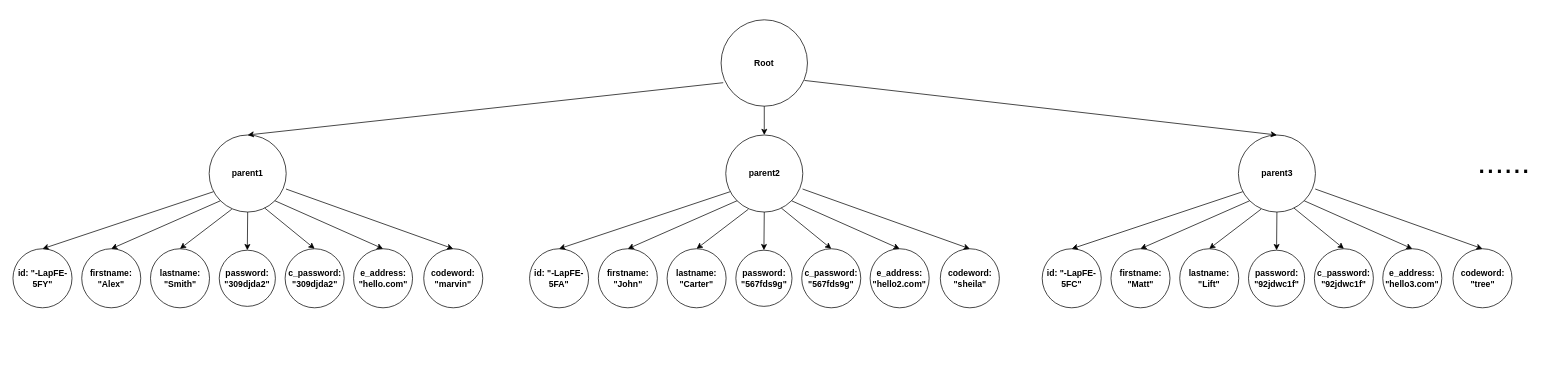
Above: UML-diagram/database design.drawio in ish2nv/Computing-Project (draw.io), before the change. Source tidied: cells renumbered, new cells numbered last; positions are measured from the earlier drawing's top-left corner, leaving out a move shared by most shapes. Both pictures are drawn from the tidied source at 72%, with x=0, y=0 at pixel (12, 19).
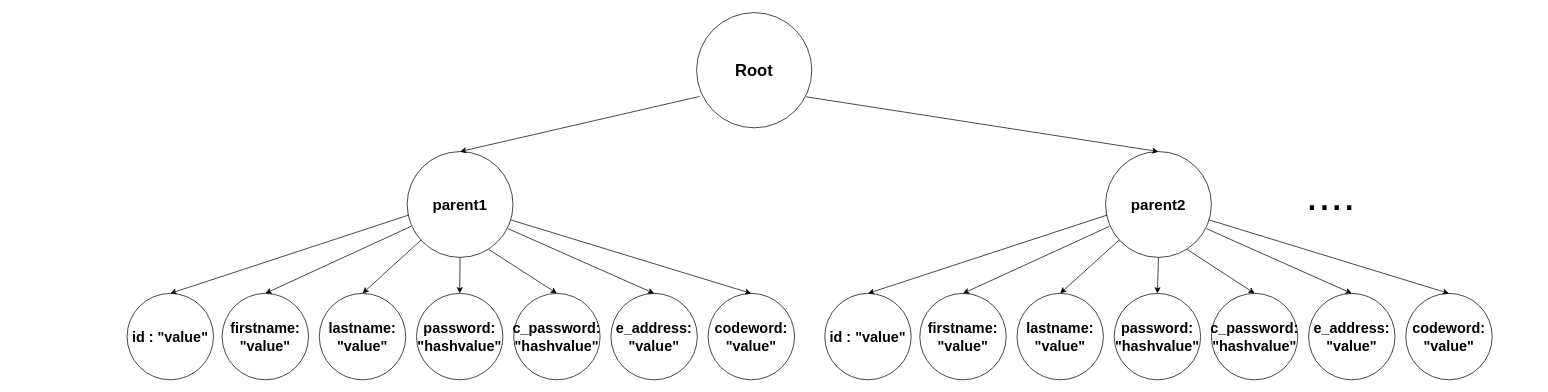
The same diagram, later.

Diff of the diagram source:
```diff
@@
-    <mxCell id="2" value="&lt;b&gt;Root&lt;/b&gt;" style="ellipse;whiteSpace=wrap;html=1;" parent="1" vertex="1">
-      <mxGeometry x="984" width="120" height="120" as="geometry" />
+    <mxCell id="2" value="&lt;b style=&quot;font-size: 23px;&quot;&gt;Root&lt;/b&gt;" style="ellipse;whiteSpace=wrap;html=1;fontSize=23;" parent="1" vertex="1">
+      <mxGeometry x="950" y="-10" width="160" height="160" as="geometry" />
     </mxCell>
-    <mxCell id="3" value="&lt;b&gt;id: &quot;-LapFE-5FY&quot;&lt;/b&gt;" style="ellipse;whiteSpace=wrap;html=1;" parent="1" vertex="1">
-      <mxGeometry x="0.5" y="318" width="82" height="82" as="geometry" />
-    </mxCell>
-    <mxCell id="4" value="&lt;b&gt;parent1&lt;/b&gt;" style="ellipse;whiteSpace=wrap;html=1;" parent="1" vertex="1">
-      <mxGeometry x="273" y="160" width="107" height="107" as="geometry" />
+    <mxCell id="4" value="&lt;b style=&quot;font-size: 21px;&quot;&gt;parent1&lt;/b&gt;" style="ellipse;whiteSpace=wrap;html=1;fontSize=21;" parent="1" vertex="1">
+      <mxGeometry x="548" y="183" width="147" height="147" as="geometry" />
     </mxCell>
@@
-    <mxCell id="6" style="endArrow=classic;html=1;exitX=0.057;exitY=0.736;exitDx=0;exitDy=0;entryX=0.5;entryY=0;entryDx=0;entryDy=0;exitPerimeter=0;" parent="1" edge="1" source="4" target="3">
-      <mxGeometry relative="1" as="geometry" />
-    </mxCell>
-    <mxCell id="7" value="&lt;b&gt;firstname: &quot;Alex&quot;&lt;/b&gt;" style="ellipse;whiteSpace=wrap;html=1;" parent="1" vertex="1">
-      <mxGeometry x="96" y="318" width="82" height="82" as="geometry" />
-    </mxCell>
-    <mxCell id="8" value="&lt;b&gt;lastname: &quot;Smith&quot;&lt;/b&gt;" style="ellipse;whiteSpace=wrap;html=1;" parent="1" vertex="1">
-      <mxGeometry x="191.5" y="318" width="82" height="82" as="geometry" />
-    </mxCell>
-    <mxCell id="9" value="&lt;b&gt;password: &quot;309djda2&quot;&lt;/b&gt;" style="ellipse;whiteSpace=wrap;html=1;" parent="1" vertex="1">
-      <mxGeometry x="287" y="320" width="78" height="78" as="geometry" />
-    </mxCell>
-    <mxCell id="10" value="&lt;b&gt;c_password: &quot;&lt;/b&gt;&lt;b&gt;309djda2&quot;&lt;/b&gt;" style="ellipse;whiteSpace=wrap;html=1;" parent="1" vertex="1">
-      <mxGeometry x="378.5" y="318" width="82" height="82" as="geometry" />
-    </mxCell>
-    <mxCell id="11" value="&lt;b&gt;e_address: &quot;hello.com&lt;/b&gt;&lt;b&gt;&quot;&lt;/b&gt;" style="ellipse;whiteSpace=wrap;html=1;" parent="1" vertex="1">
-      <mxGeometry x="473.5" y="318" width="82" height="82" as="geometry" />
-    </mxCell>
-    <mxCell id="12" value="&lt;b&gt;codeword: &quot;marvin&quot;&lt;/b&gt;&lt;br&gt;" style="ellipse;whiteSpace=wrap;html=1;" parent="1" vertex="1">
-      <mxGeometry x="571" y="318" width="82" height="82" as="geometry" />
-    </mxCell>
-    <mxCell id="13" style="endArrow=classic;html=1;exitX=0;exitY=1;exitDx=0;exitDy=0;entryX=0.5;entryY=0;entryDx=0;entryDy=0;" parent="1" edge="1" source="4" target="7">
-      <mxGeometry relative="1" as="geometry" />
-    </mxCell>
-    <mxCell id="14" style="endArrow=classic;html=1;entryX=0.5;entryY=0;entryDx=0;entryDy=0;exitX=0.294;exitY=0.963;exitDx=0;exitDy=0;exitPerimeter=0;" parent="1" edge="1" source="4" target="8">
-      <mxGeometry relative="1" as="geometry" />
-    </mxCell>
-    <mxCell id="15" style="endArrow=classic;html=1;entryX=0.5;entryY=0;entryDx=0;entryDy=0;exitX=0.5;exitY=1;exitDx=0;exitDy=0;" parent="1" edge="1" source="4" target="9">
-      <mxGeometry relative="1" as="geometry" />
-    </mxCell>
-    <mxCell id="16" style="endArrow=classic;html=1;entryX=0.5;entryY=0;entryDx=0;entryDy=0;exitX=0.721;exitY=0.948;exitDx=0;exitDy=0;exitPerimeter=0;" parent="1" edge="1" source="4" target="10">
-      <mxGeometry relative="1" as="geometry" />
-    </mxCell>
-    <mxCell id="17" style="endArrow=classic;html=1;entryX=0.5;entryY=0;entryDx=0;entryDy=0;exitX=1;exitY=1;exitDx=0;exitDy=0;" parent="1" edge="1" source="4" target="11">
-      <mxGeometry relative="1" as="geometry" />
-    </mxCell>
-    <mxCell id="18" style="endArrow=classic;html=1;entryX=0.5;entryY=0;entryDx=0;entryDy=0;exitX=0.997;exitY=0.701;exitDx=0;exitDy=0;exitPerimeter=0;" parent="1" edge="1" source="4" target="12">
-      <mxGeometry relative="1" as="geometry" />
-    </mxCell>
-    <mxCell id="19" value="&lt;b&gt;id: &quot;-LapFE-5FC&quot;&lt;/b&gt;" style="ellipse;whiteSpace=wrap;html=1;" parent="1" vertex="1">
-      <mxGeometry x="1430" y="318" width="82" height="82" as="geometry" />
-    </mxCell>
-    <mxCell id="20" value="&lt;b&gt;parent3&lt;/b&gt;" style="ellipse;whiteSpace=wrap;html=1;" parent="1" vertex="1">
-      <mxGeometry x="1702.5" y="160" width="107" height="107" as="geometry" />
-    </mxCell>
-    <mxCell id="21" style="endArrow=classic;html=1;exitX=0.057;exitY=0.736;exitDx=0;exitDy=0;entryX=0.5;entryY=0;entryDx=0;entryDy=0;exitPerimeter=0;" parent="1" edge="1" source="20" target="19">
-      <mxGeometry relative="1" as="geometry" />
-    </mxCell>
-    <mxCell id="22" value="&lt;b&gt;firstname: &quot;Matt&quot;&lt;/b&gt;" style="ellipse;whiteSpace=wrap;html=1;" parent="1" vertex="1">
-      <mxGeometry x="1525.5" y="318" width="82" height="82" as="geometry" />
-    </mxCell>
-    <mxCell id="23" value="&lt;b&gt;lastname: &quot;Lift&quot;&lt;/b&gt;" style="ellipse;whiteSpace=wrap;html=1;" parent="1" vertex="1">
-      <mxGeometry x="1621" y="318" width="82" height="82" as="geometry" />
-    </mxCell>
-    <mxCell id="24" value="&lt;b&gt;password: &quot;92jdwc1f&quot;&lt;/b&gt;" style="ellipse;whiteSpace=wrap;html=1;" parent="1" vertex="1">
-      <mxGeometry x="1716.5" y="320" width="78" height="78" as="geometry" />
-    </mxCell>
-    <mxCell id="25" value="&lt;b&gt;c_password: &quot;&lt;/b&gt;&lt;b&gt;92jdwc1f&lt;/b&gt;&lt;b&gt;&quot;&lt;/b&gt;" style="ellipse;whiteSpace=wrap;html=1;" parent="1" vertex="1">
-      <mxGeometry x="1808" y="318" width="82" height="82" as="geometry" />
-    </mxCell>
-    <mxCell id="26" value="&lt;b&gt;e_address: &quot;hello3.com&lt;/b&gt;&lt;b&gt;&quot;&lt;/b&gt;" style="ellipse;whiteSpace=wrap;html=1;" parent="1" vertex="1">
-      <mxGeometry x="1903" y="318" width="82" height="82" as="geometry" />
-    </mxCell>
-    <mxCell id="27" value="&lt;b&gt;codeword: &quot;tree&quot;&lt;/b&gt;&lt;br&gt;" style="ellipse;whiteSpace=wrap;html=1;" parent="1" vertex="1">
-      <mxGeometry x="2000.5" y="318" width="82" height="82" as="geometry" />
-    </mxCell>
-    <mxCell id="28" style="endArrow=classic;html=1;exitX=0;exitY=1;exitDx=0;exitDy=0;entryX=0.5;entryY=0;entryDx=0;entryDy=0;" parent="1" edge="1" source="20" target="22">
-      <mxGeometry relative="1" as="geometry" />
-    </mxCell>
-    <mxCell id="29" style="endArrow=classic;html=1;entryX=0.5;entryY=0;entryDx=0;entryDy=0;exitX=0.294;exitY=0.963;exitDx=0;exitDy=0;exitPerimeter=0;" parent="1" edge="1" source="20" target="23">
-      <mxGeometry relative="1" as="geometry" />
-    </mxCell>
-    <mxCell id="30" style="endArrow=classic;html=1;entryX=0.5;entryY=0;entryDx=0;entryDy=0;exitX=0.5;exitY=1;exitDx=0;exitDy=0;" parent="1" edge="1" source="20" target="24">
-      <mxGeometry relative="1" as="geometry" />
-    </mxCell>
-    <mxCell id="31" style="endArrow=classic;html=1;entryX=0.5;entryY=0;entryDx=0;entryDy=0;exitX=0.721;exitY=0.948;exitDx=0;exitDy=0;exitPerimeter=0;" parent="1" edge="1" source="20" target="25">
-      <mxGeometry relative="1" as="geometry" />
-    </mxCell>
-    <mxCell id="32" style="endArrow=classic;html=1;entryX=0.5;entryY=0;entryDx=0;entryDy=0;exitX=1;exitY=1;exitDx=0;exitDy=0;" parent="1" edge="1" source="20" target="26">
-      <mxGeometry relative="1" as="geometry" />
-    </mxCell>
-    <mxCell id="33" style="endArrow=classic;html=1;entryX=0.5;entryY=0;entryDx=0;entryDy=0;exitX=0.997;exitY=0.701;exitDx=0;exitDy=0;exitPerimeter=0;" parent="1" edge="1" source="20" target="27">
-      <mxGeometry relative="1" as="geometry" />
-    </mxCell>
-    <mxCell id="34" style="endArrow=classic;html=1;exitX=0.965;exitY=0.702;exitDx=0;exitDy=0;entryX=0.5;entryY=0;entryDx=0;entryDy=0;exitPerimeter=0;" parent="1" edge="1" source="2" target="20">
-      <mxGeometry relative="1" as="geometry" />
-    </mxCell>
-    <mxCell id="35" value="&lt;b&gt;id: &quot;-LapFE-5FA&quot;&lt;/b&gt;" style="ellipse;whiteSpace=wrap;html=1;" parent="1" vertex="1">
-      <mxGeometry x="718" y="318" width="82" height="82" as="geometry" />
-    </mxCell>
+    <mxCell id="52" style="endArrow=classic;html=1;fontSize=21;exitX=0.018;exitY=0.599;exitDx=0;exitDy=0;entryX=0.5;entryY=0;entryDx=0;entryDy=0;exitPerimeter=0;" parent="1" edge="1" source="4" target="53">
+      <mxGeometry relative="1" as="geometry" />
+    </mxCell>
+    <mxCell id="53" value="&lt;b style=&quot;font-size: 20px;&quot;&gt;id : &quot;value&quot;&lt;/b&gt;" style="ellipse;whiteSpace=wrap;html=1;fontSize=20;" parent="1" vertex="1">
+      <mxGeometry x="159" y="380" width="120" height="120" as="geometry" />
+    </mxCell>
+    <mxCell id="54" style="endArrow=classic;html=1;fontSize=21;exitX=0.036;exitY=0.707;exitDx=0;exitDy=0;exitPerimeter=0;entryX=0.5;entryY=0;entryDx=0;entryDy=0;" parent="1" edge="1" source="4" target="55">
+      <mxGeometry relative="1" as="geometry" />
+    </mxCell>
+    <mxCell id="55" value="&lt;b style=&quot;font-size: 20px&quot;&gt;firstname: &quot;value&quot;&lt;/b&gt;" style="ellipse;whiteSpace=wrap;html=1;fontSize=20;" parent="1" vertex="1">
+      <mxGeometry x="291" y="380" width="120" height="120" as="geometry" />
+    </mxCell>
+    <mxCell id="56" value="&lt;b style=&quot;font-size: 20px&quot;&gt;lastname: &quot;value&quot;&lt;/b&gt;" style="ellipse;whiteSpace=wrap;html=1;fontSize=20;" parent="1" vertex="1">
+      <mxGeometry x="426" y="380" width="120" height="120" as="geometry" />
+    </mxCell>
+    <mxCell id="57" style="endArrow=classic;html=1;fontSize=20;entryX=0.5;entryY=0;entryDx=0;entryDy=0;" parent="1" edge="1" source="4" target="56">
+      <mxGeometry relative="1" as="geometry" />
+    </mxCell>
+    <mxCell id="58" value="&lt;b style=&quot;font-size: 20px&quot;&gt;password: &quot;hashvalue&quot;&lt;/b&gt;" style="ellipse;whiteSpace=wrap;html=1;fontSize=20;" parent="1" vertex="1">
+      <mxGeometry x="561" y="380" width="120" height="120" as="geometry" />
+    </mxCell>
+    <mxCell id="59" style="endArrow=classic;html=1;fontSize=20;entryX=0.5;entryY=0;entryDx=0;entryDy=0;exitX=0.5;exitY=1;exitDx=0;exitDy=0;" parent="1" edge="1" source="4" target="58">
+      <mxGeometry relative="1" as="geometry" />
+    </mxCell>
+    <mxCell id="60" value="&lt;b style=&quot;font-size: 20px&quot;&gt;c_password: &quot;hashvalue&quot;&lt;/b&gt;" style="ellipse;whiteSpace=wrap;html=1;fontSize=20;" parent="1" vertex="1">
+      <mxGeometry x="696" y="380" width="120" height="120" as="geometry" />
+    </mxCell>
+    <mxCell id="61" style="endArrow=classic;html=1;fontSize=20;exitX=0.771;exitY=0.925;exitDx=0;exitDy=0;exitPerimeter=0;entryX=0.5;entryY=0;entryDx=0;entryDy=0;" parent="1" edge="1" source="4" target="60">
+      <mxGeometry relative="1" as="geometry" />
+    </mxCell>
+    <mxCell id="62" value="&lt;b style=&quot;font-size: 20px&quot;&gt;e_address: &quot;value&quot;&lt;/b&gt;" style="ellipse;whiteSpace=wrap;html=1;fontSize=20;" parent="1" vertex="1">
+      <mxGeometry x="831" y="380" width="120" height="120" as="geometry" />
+    </mxCell>
+    <mxCell id="63" style="endArrow=classic;html=1;fontSize=20;exitX=0.952;exitY=0.728;exitDx=0;exitDy=0;entryX=0.5;entryY=0;entryDx=0;entryDy=0;exitPerimeter=0;" parent="1" edge="1" source="4" target="62">
+      <mxGeometry relative="1" as="geometry" />
+    </mxCell>
+    <mxCell id="64" value="&lt;b style=&quot;font-size: 20px&quot;&gt;codeword: &quot;value&quot;&lt;/b&gt;" style="ellipse;whiteSpace=wrap;html=1;fontSize=20;" parent="1" vertex="1">
+      <mxGeometry x="966" y="380" width="120" height="120" as="geometry" />
+    </mxCell>
+    <mxCell id="65" style="endArrow=classic;html=1;fontSize=20;entryX=0.5;entryY=0;entryDx=0;entryDy=0;" parent="1" edge="1" source="4" target="64">
+      <mxGeometry relative="1" as="geometry" />
+    </mxCell>
-    <mxCell id="36" value="&lt;b&gt;parent2&lt;/b&gt;" style="ellipse;whiteSpace=wrap;html=1;" parent="1" vertex="1">
-      <mxGeometry x="990.5" y="160" width="107" height="107" as="geometry" />
+    <mxCell id="36" value="&lt;b style=&quot;font-size: 21px&quot;&gt;parent2&lt;/b&gt;" style="ellipse;whiteSpace=wrap;html=1;fontSize=21;" parent="1" vertex="1">
+      <mxGeometry x="1518" y="183" width="147" height="147" as="geometry" />
     </mxCell>
-    <mxCell id="37" style="endArrow=classic;html=1;exitX=0.057;exitY=0.736;exitDx=0;exitDy=0;entryX=0.5;entryY=0;entryDx=0;entryDy=0;exitPerimeter=0;" parent="1" edge="1" source="36" target="35">
-      <mxGeometry relative="1" as="geometry" />
-    </mxCell>
-    <mxCell id="38" value="&lt;b&gt;firstname: &quot;John&quot;&lt;/b&gt;" style="ellipse;whiteSpace=wrap;html=1;" parent="1" vertex="1">
-      <mxGeometry x="813.5" y="318" width="82" height="82" as="geometry" />
-    </mxCell>
-    <mxCell id="39" value="&lt;b&gt;lastname: &quot;Carter&quot;&lt;/b&gt;" style="ellipse;whiteSpace=wrap;html=1;" parent="1" vertex="1">
-      <mxGeometry x="909" y="318" width="82" height="82" as="geometry" />
-    </mxCell>
-    <mxCell id="40" value="&lt;b&gt;password: &quot;567fds9g&quot;&lt;/b&gt;" style="ellipse;whiteSpace=wrap;html=1;" parent="1" vertex="1">
-      <mxGeometry x="1004.5" y="320" width="78" height="78" as="geometry" />
-    </mxCell>
-    <mxCell id="41" value="&lt;b&gt;c_password: &quot;&lt;/b&gt;&lt;b&gt;567fds9g&lt;/b&gt;&lt;b&gt;&quot;&lt;/b&gt;" style="ellipse;whiteSpace=wrap;html=1;" parent="1" vertex="1">
-      <mxGeometry x="1096" y="318" width="82" height="82" as="geometry" />
-    </mxCell>
-    <mxCell id="42" value="&lt;b&gt;e_address: &quot;hello2.com&lt;/b&gt;&lt;b&gt;&quot;&lt;/b&gt;" style="ellipse;whiteSpace=wrap;html=1;" parent="1" vertex="1">
-      <mxGeometry x="1191" y="318" width="82" height="82" as="geometry" />
-    </mxCell>
-    <mxCell id="43" value="&lt;b&gt;codeword: &quot;sheila&quot;&lt;/b&gt;&lt;br&gt;" style="ellipse;whiteSpace=wrap;html=1;" parent="1" vertex="1">
-      <mxGeometry x="1288.5" y="318" width="82" height="82" as="geometry" />
-    </mxCell>
-    <mxCell id="44" style="endArrow=classic;html=1;exitX=0;exitY=1;exitDx=0;exitDy=0;entryX=0.5;entryY=0;entryDx=0;entryDy=0;" parent="1" edge="1" source="36" target="38">
-      <mxGeometry relative="1" as="geometry" />
-    </mxCell>
-    <mxCell id="45" style="endArrow=classic;html=1;entryX=0.5;entryY=0;entryDx=0;entryDy=0;exitX=0.294;exitY=0.963;exitDx=0;exitDy=0;exitPerimeter=0;" parent="1" edge="1" source="36" target="39">
-      <mxGeometry relative="1" as="geometry" />
-    </mxCell>
-    <mxCell id="46" style="endArrow=classic;html=1;entryX=0.5;entryY=0;entryDx=0;entryDy=0;exitX=0.5;exitY=1;exitDx=0;exitDy=0;" parent="1" edge="1" source="36" target="40">
-      <mxGeometry relative="1" as="geometry" />
-    </mxCell>
-    <mxCell id="47" style="endArrow=classic;html=1;entryX=0.5;entryY=0;entryDx=0;entryDy=0;exitX=0.721;exitY=0.948;exitDx=0;exitDy=0;exitPerimeter=0;" parent="1" edge="1" source="36" target="41">
-      <mxGeometry relative="1" as="geometry" />
-    </mxCell>
-    <mxCell id="48" style="endArrow=classic;html=1;entryX=0.5;entryY=0;entryDx=0;entryDy=0;exitX=1;exitY=1;exitDx=0;exitDy=0;" parent="1" edge="1" source="36" target="42">
-      <mxGeometry relative="1" as="geometry" />
-    </mxCell>
-    <mxCell id="49" style="endArrow=classic;html=1;entryX=0.5;entryY=0;entryDx=0;entryDy=0;exitX=0.997;exitY=0.701;exitDx=0;exitDy=0;exitPerimeter=0;" parent="1" edge="1" source="36" target="43">
-      <mxGeometry relative="1" as="geometry" />
-    </mxCell>
+    <mxCell id="66" style="endArrow=classic;html=1;fontSize=21;exitX=0.018;exitY=0.599;exitDx=0;exitDy=0;entryX=0.5;entryY=0;entryDx=0;entryDy=0;exitPerimeter=0;" parent="1" edge="1" source="36" target="67">
+      <mxGeometry relative="1" as="geometry" />
+    </mxCell>
+    <mxCell id="67" value="&lt;b style=&quot;font-size: 20px;&quot;&gt;id : &quot;value&quot;&lt;/b&gt;" style="ellipse;whiteSpace=wrap;html=1;fontSize=20;" parent="1" vertex="1">
+      <mxGeometry x="1128" y="380" width="120" height="120" as="geometry" />
+    </mxCell>
+    <mxCell id="68" style="endArrow=classic;html=1;fontSize=21;exitX=0.036;exitY=0.707;exitDx=0;exitDy=0;exitPerimeter=0;entryX=0.5;entryY=0;entryDx=0;entryDy=0;" parent="1" edge="1" source="36" target="69">
+      <mxGeometry relative="1" as="geometry" />
+    </mxCell>
+    <mxCell id="69" value="&lt;b style=&quot;font-size: 20px&quot;&gt;firstname: &quot;value&quot;&lt;/b&gt;" style="ellipse;whiteSpace=wrap;html=1;fontSize=20;" parent="1" vertex="1">
+      <mxGeometry x="1260" y="380" width="120" height="120" as="geometry" />
+    </mxCell>
+    <mxCell id="70" value="&lt;b style=&quot;font-size: 20px&quot;&gt;lastname: &quot;value&quot;&lt;/b&gt;" style="ellipse;whiteSpace=wrap;html=1;fontSize=20;" parent="1" vertex="1">
+      <mxGeometry x="1395" y="380" width="120" height="120" as="geometry" />
+    </mxCell>
+    <mxCell id="71" style="endArrow=classic;html=1;fontSize=20;entryX=0.5;entryY=0;entryDx=0;entryDy=0;" parent="1" edge="1" source="36" target="70">
+      <mxGeometry relative="1" as="geometry" />
+    </mxCell>
+    <mxCell id="72" value="&lt;b style=&quot;font-size: 20px&quot;&gt;password: &quot;hashvalue&quot;&lt;/b&gt;" style="ellipse;whiteSpace=wrap;html=1;fontSize=20;" parent="1" vertex="1">
+      <mxGeometry x="1530" y="380" width="120" height="120" as="geometry" />
+    </mxCell>
+    <mxCell id="73" style="endArrow=classic;html=1;fontSize=20;entryX=0.5;entryY=0;entryDx=0;entryDy=0;exitX=0.5;exitY=1;exitDx=0;exitDy=0;" parent="1" edge="1" source="36" target="72">
+      <mxGeometry relative="1" as="geometry" />
+    </mxCell>
+    <mxCell id="74" value="&lt;b style=&quot;font-size: 20px&quot;&gt;c_password: &quot;hashvalue&quot;&lt;/b&gt;" style="ellipse;whiteSpace=wrap;html=1;fontSize=20;" parent="1" vertex="1">
+      <mxGeometry x="1665" y="380" width="120" height="120" as="geometry" />
+    </mxCell>
+    <mxCell id="75" style="endArrow=classic;html=1;fontSize=20;exitX=0.771;exitY=0.925;exitDx=0;exitDy=0;exitPerimeter=0;entryX=0.5;entryY=0;entryDx=0;entryDy=0;" parent="1" edge="1" source="36" target="74">
+      <mxGeometry relative="1" as="geometry" />
+    </mxCell>
+    <mxCell id="76" value="&lt;b style=&quot;font-size: 20px&quot;&gt;e_address: &quot;value&quot;&lt;/b&gt;" style="ellipse;whiteSpace=wrap;html=1;fontSize=20;" parent="1" vertex="1">
+      <mxGeometry x="1800" y="380" width="120" height="120" as="geometry" />
+    </mxCell>
+    <mxCell id="77" style="endArrow=classic;html=1;fontSize=20;exitX=0.952;exitY=0.728;exitDx=0;exitDy=0;entryX=0.5;entryY=0;entryDx=0;entryDy=0;exitPerimeter=0;" parent="1" edge="1" source="36" target="76">
+      <mxGeometry relative="1" as="geometry" />
+    </mxCell>
+    <mxCell id="78" value="&lt;b style=&quot;font-size: 20px&quot;&gt;codeword: &quot;value&quot;&lt;/b&gt;" style="ellipse;whiteSpace=wrap;html=1;fontSize=20;" parent="1" vertex="1">
+      <mxGeometry x="1935" y="380" width="120" height="120" as="geometry" />
+    </mxCell>
+    <mxCell id="79" style="endArrow=classic;html=1;fontSize=20;entryX=0.5;entryY=0;entryDx=0;entryDy=0;" parent="1" edge="1" source="36" target="78">
+      <mxGeometry relative="1" as="geometry" />
+    </mxCell>
-    <mxCell id="50" style="endArrow=classic;html=1;exitX=0.5;exitY=1;exitDx=0;exitDy=0;entryX=0.5;entryY=0;entryDx=0;entryDy=0;" parent="1" edge="1" source="2" target="36">
+    <mxCell id="50" style="endArrow=classic;html=1;fontSize=20;exitX=0.95;exitY=0.731;exitDx=0;exitDy=0;exitPerimeter=0;entryX=0.5;entryY=0;entryDx=0;entryDy=0;" parent="1" edge="1" source="2" target="36">
       <mxGeometry relative="1" as="geometry" />
     </mxCell>
-    <mxCell id="51" value="......" style="text;html=1;strokeColor=none;fillColor=none;align=center;verticalAlign=middle;whiteSpace=wrap;rounded=0;fontSize=44;fontStyle=0;" parent="1" vertex="1">
-      <mxGeometry x="2027" y="183" width="89" height="30" as="geometry" />
-    </mxCell>
+    <mxCell id="80" value="...." style="text;html=1;strokeColor=none;fillColor=none;align=center;verticalAlign=middle;whiteSpace=wrap;rounded=0;fontSize=62;" parent="1" vertex="1">
+      <mxGeometry x="1757" y="212.5" width="148" height="60" as="geometry" />
+    </mxCell>
```
